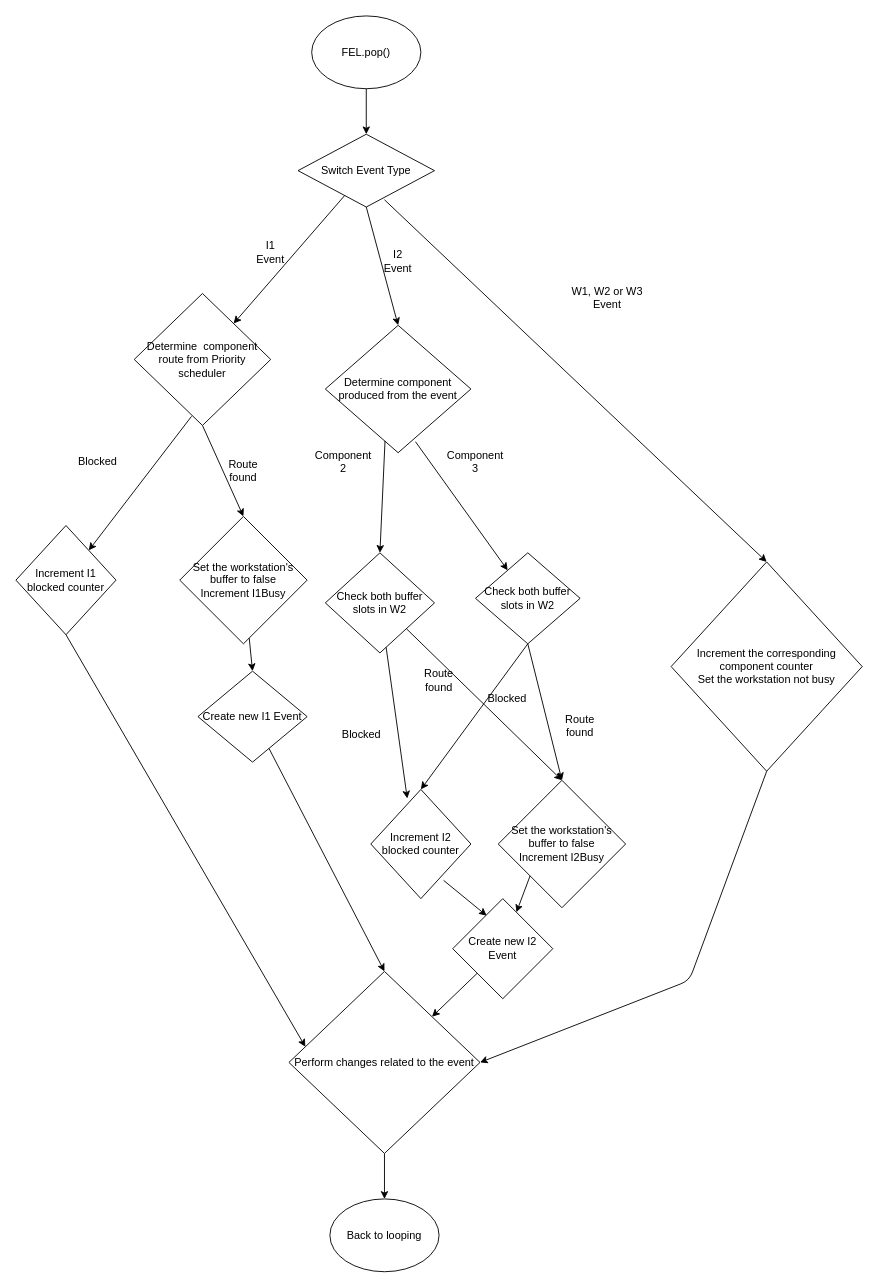
Earlier version of the draw.io diagram flowcharts/SYSC4005-EventFlowChart.drawio (JulianMendoza/Manufacturing-Facility-Simulation). Source tidied: cells renumbered, new cells numbered last; positions are measured from the earlier drawing's top-left corner, leaving out a move shared by most shapes. Both pictures are drawn from the tidied source at 91%, with x=0, y=0 at pixel (15, 15).
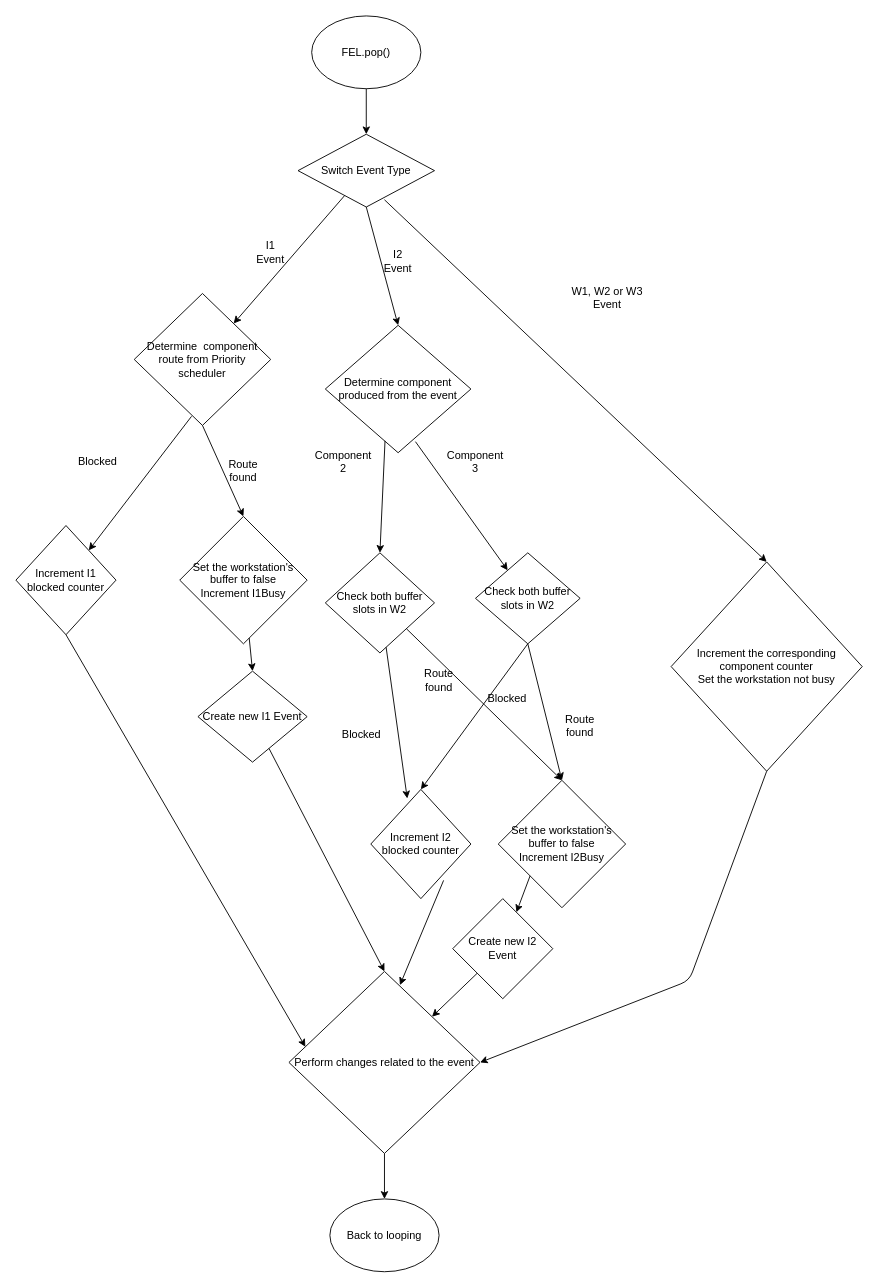
The same page after the edit.

Unchanged cells that the change refers to:
```xml
<mxCell id="20" value="Perform changes related to the event" style="rhombus;whiteSpace=wrap;html=1;" parent="1" vertex="1">
  <mxGeometry x="300" y="1050" width="210" height="200" as="geometry" />
</mxCell>
<mxCell id="41" value="Increment I2 blocked counter" style="rhombus;whiteSpace=wrap;html=1;" parent="1" vertex="1">
  <mxGeometry x="390" y="850" width="110" height="120" as="geometry" />
</mxCell>
<mxCell id="44" value="Create new I2 Event" style="rhombus;whiteSpace=wrap;html=1;" parent="1" vertex="1">
  <mxGeometry x="480" y="970" width="110" height="110" as="geometry" />
</mxCell>
```

What changed in the source:
```diff
@@
-    <mxCell id="45" style="endArrow=classic;html=1;exitX=0.727;exitY=0.833;exitDx=0;exitDy=0;exitPerimeter=0;entryX=0.339;entryY=0.17;entryDx=0;entryDy=0;entryPerimeter=0;" parent="1" edge="1" source="41" target="44">
+    <mxCell id="45" style="endArrow=classic;html=1;exitX=0.727;exitY=0.833;exitDx=0;exitDy=0;exitPerimeter=0;entryX=0.581;entryY=0.075;entryDx=0;entryDy=0;entryPerimeter=0;" parent="1" edge="1" source="41" target="20">
       <mxGeometry relative="1" as="geometry" />
     </mxCell>
```
